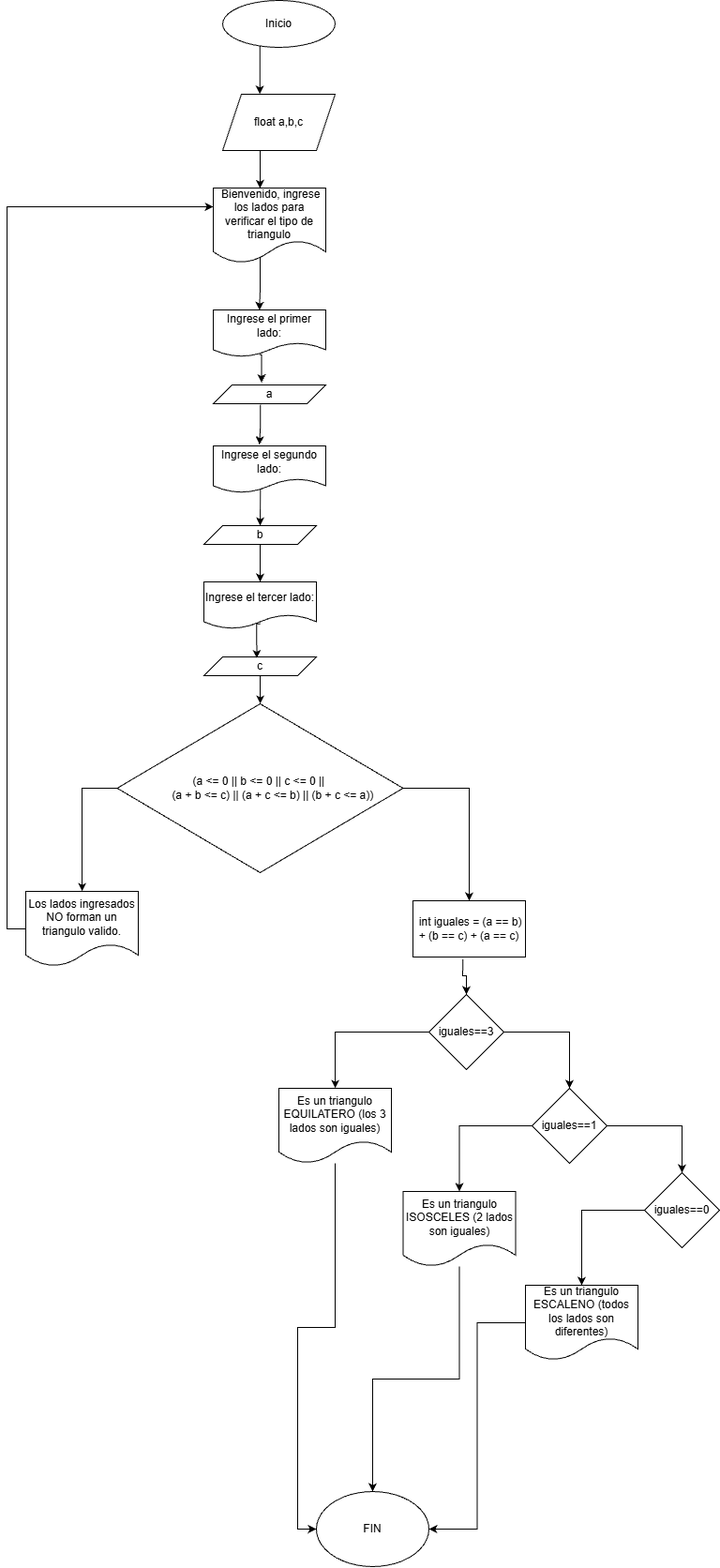
Before: Ejercicios switch/Flujograma Ejercicio8.drawio.png, a diagram exported from draw.io (juanjo-guerra/FDP_Tarea). Source tidied: cells renumbered, new cells last; positions are measured from the earlier drawing's top-left corner, leaving out a move shared by most shapes. The source it was exported from:
```xml
<mxGraphModel>
  <root>
    <mxCell id="0" />
    <mxCell id="1" parent="0" />
    <mxCell id="2" value="Inicio" style="ellipse;whiteSpace=wrap;html=1;" parent="1" vertex="1">
      <mxGeometry x="230" width="120" height="50" as="geometry" />
    </mxCell>
    <mxCell id="3" style="edgeStyle=orthogonalEdgeStyle;rounded=0;jettySize=auto;html=1;entryX=0.415;entryY=0.004;entryDx=0;entryDy=0;entryPerimeter=0;" parent="1" edge="1" source="4" target="6">
      <mxGeometry relative="1" as="geometry">
        <Array as="points">
          <mxPoint x="270" y="170" />
          <mxPoint x="270" y="170" />
        </Array>
      </mxGeometry>
    </mxCell>
    <mxCell id="4" value="float a,b,c" style="shape=parallelogram;perimeter=parallelogramPerimeter;whiteSpace=wrap;html=1;fixedSize=1;" parent="1" vertex="1">
      <mxGeometry x="230" y="100" width="120" height="60" as="geometry" />
    </mxCell>
    <mxCell id="5" style="edgeStyle=orthogonalEdgeStyle;rounded=0;jettySize=auto;html=1;entryX=0.41;entryY=0.007;entryDx=0;entryDy=0;exitX=0.494;exitY=0.838;exitDx=0;exitDy=0;exitPerimeter=0;entryPerimeter=0;" parent="1" edge="1" source="6" target="7">
      <mxGeometry relative="1" as="geometry">
        <Array as="points">
          <mxPoint x="270" y="267" />
          <mxPoint x="270" y="305" />
          <mxPoint x="269" y="305" />
        </Array>
      </mxGeometry>
    </mxCell>
    <mxCell id="6" value="&amp;nbsp;Bienvenido, ingrese los lados para verificar el tipo de triangulo" style="shape=document;whiteSpace=wrap;html=1;boundedLbl=1;" parent="1" vertex="1">
      <mxGeometry x="220" y="200" width="120" height="80" as="geometry" />
    </mxCell>
    <mxCell id="7" value="Ingrese el primer lado:" style="shape=document;whiteSpace=wrap;html=1;boundedLbl=1;" parent="1" vertex="1">
      <mxGeometry x="220" y="330" width="120" height="50" as="geometry" />
    </mxCell>
    <mxCell id="8" style="edgeStyle=orthogonalEdgeStyle;rounded=0;jettySize=auto;html=1;entryX=0.41;entryY=-0.027;entryDx=0;entryDy=0;entryPerimeter=0;exitX=0.419;exitY=1.044;exitDx=0;exitDy=0;exitPerimeter=0;" parent="1" edge="1" source="9" target="10">
      <mxGeometry relative="1" as="geometry" />
    </mxCell>
    <mxCell id="9" value="a" style="shape=parallelogram;perimeter=parallelogramPerimeter;whiteSpace=wrap;html=1;fixedSize=1;" parent="1" vertex="1">
      <mxGeometry x="220" y="410" width="120" height="20" as="geometry" />
    </mxCell>
    <mxCell id="10" value="Ingrese el segundo lado:" style="shape=document;whiteSpace=wrap;html=1;boundedLbl=1;" parent="1" vertex="1">
      <mxGeometry x="220" y="475" width="120" height="50" as="geometry" />
    </mxCell>
    <mxCell id="11" style="edgeStyle=orthogonalEdgeStyle;rounded=0;jettySize=auto;html=1;entryX=0.5;entryY=0;entryDx=0;entryDy=0;" parent="1" edge="1" source="12" target="13">
      <mxGeometry relative="1" as="geometry" />
    </mxCell>
    <mxCell id="12" value="b" style="shape=parallelogram;perimeter=parallelogramPerimeter;whiteSpace=wrap;html=1;fixedSize=1;" parent="1" vertex="1">
      <mxGeometry x="210" y="560" width="120" height="20" as="geometry" />
    </mxCell>
    <mxCell id="13" value="Ingrese el tercer lado:" style="shape=document;whiteSpace=wrap;html=1;boundedLbl=1;" parent="1" vertex="1">
      <mxGeometry x="210" y="620" width="120" height="50" as="geometry" />
    </mxCell>
    <mxCell id="14" style="edgeStyle=orthogonalEdgeStyle;rounded=0;jettySize=auto;html=1;" parent="1" edge="1" source="15" target="18">
      <mxGeometry relative="1" as="geometry" />
    </mxCell>
    <mxCell id="15" value="c" style="shape=parallelogram;perimeter=parallelogramPerimeter;whiteSpace=wrap;html=1;fixedSize=1;" parent="1" vertex="1">
      <mxGeometry x="210" y="700" width="120" height="20" as="geometry" />
    </mxCell>
    <mxCell id="16" style="edgeStyle=orthogonalEdgeStyle;rounded=0;jettySize=auto;html=1;exitX=0;exitY=0.5;exitDx=0;exitDy=0;" parent="1" edge="1" source="18" target="20">
      <mxGeometry relative="1" as="geometry" />
    </mxCell>
    <mxCell id="17" style="edgeStyle=orthogonalEdgeStyle;rounded=0;jettySize=auto;html=1;" parent="1" edge="1" source="18" target="22">
      <mxGeometry relative="1" as="geometry" />
    </mxCell>
    <mxCell id="18" value="&lt;div&gt;(a &amp;lt;= 0 || b &amp;lt;= 0 || c &amp;lt;= 0 ||&amp;nbsp;&lt;/div&gt;&lt;div&gt;&amp;nbsp; &amp;nbsp; &amp;nbsp; &amp;nbsp; (a + b &amp;lt;= c) || (a + c &amp;lt;= b) || (b + c &amp;lt;= a))&lt;/div&gt;" style="rhombus;whiteSpace=wrap;html=1;" parent="1" vertex="1">
      <mxGeometry x="117.5" y="750" width="305" height="180" as="geometry" />
    </mxCell>
    <mxCell id="19" style="edgeStyle=orthogonalEdgeStyle;rounded=0;jettySize=auto;html=1;entryX=0;entryY=0.25;entryDx=0;entryDy=0;" parent="1" edge="1" source="20" target="6">
      <mxGeometry relative="1" as="geometry">
        <Array as="points">
          <mxPoint y="990" />
          <mxPoint y="220" />
        </Array>
      </mxGeometry>
    </mxCell>
    <mxCell id="20" value="Los lados ingresados NO forman un triangulo valido." style="shape=document;whiteSpace=wrap;html=1;boundedLbl=1;" parent="1" vertex="1">
      <mxGeometry x="20" y="950" width="120" height="80" as="geometry" />
    </mxCell>
    <mxCell id="21" style="edgeStyle=orthogonalEdgeStyle;rounded=0;jettySize=auto;html=1;exitX=0.443;exitY=1.041;exitDx=0;exitDy=0;exitPerimeter=0;" parent="1" edge="1" source="22" target="25">
      <mxGeometry relative="1" as="geometry" />
    </mxCell>
    <mxCell id="22" value="&amp;nbsp;int iguales = (a == b) + (b == c) + (a == c)" style="rounded=0;whiteSpace=wrap;html=1;" parent="1" vertex="1">
      <mxGeometry x="433" y="960" width="120" height="60" as="geometry" />
    </mxCell>
    <mxCell id="23" style="edgeStyle=orthogonalEdgeStyle;rounded=0;jettySize=auto;html=1;" parent="1" edge="1" source="25" target="27">
      <mxGeometry relative="1" as="geometry" />
    </mxCell>
    <mxCell id="24" style="edgeStyle=orthogonalEdgeStyle;rounded=0;jettySize=auto;html=1;entryX=0.5;entryY=0;entryDx=0;entryDy=0;" parent="1" edge="1" source="25" target="30">
      <mxGeometry relative="1" as="geometry" />
    </mxCell>
    <mxCell id="25" value="iguales==3" style="rhombus;whiteSpace=wrap;html=1;" parent="1" vertex="1">
      <mxGeometry x="450" y="1060" width="80" height="80" as="geometry" />
    </mxCell>
    <mxCell id="26" style="edgeStyle=orthogonalEdgeStyle;rounded=0;jettySize=auto;html=1;entryX=0;entryY=0.5;entryDx=0;entryDy=0;" parent="1" edge="1" source="27" target="37">
      <mxGeometry relative="1" as="geometry" />
    </mxCell>
    <mxCell id="27" value="Es un triangulo EQUILATERO (los 3 lados son iguales)" style="shape=document;whiteSpace=wrap;html=1;boundedLbl=1;" parent="1" vertex="1">
      <mxGeometry x="290" y="1160" width="120" height="80" as="geometry" />
    </mxCell>
    <mxCell id="28" style="edgeStyle=orthogonalEdgeStyle;rounded=0;jettySize=auto;html=1;" parent="1" edge="1" source="30" target="32">
      <mxGeometry relative="1" as="geometry" />
    </mxCell>
    <mxCell id="29" style="edgeStyle=orthogonalEdgeStyle;rounded=0;jettySize=auto;html=1;entryX=0.5;entryY=0;entryDx=0;entryDy=0;" parent="1" edge="1" source="30" target="34">
      <mxGeometry relative="1" as="geometry" />
    </mxCell>
    <mxCell id="30" value="iguales==1" style="rhombus;whiteSpace=wrap;html=1;" parent="1" vertex="1">
      <mxGeometry x="560" y="1160" width="80" height="80" as="geometry" />
    </mxCell>
    <mxCell id="31" style="edgeStyle=orthogonalEdgeStyle;rounded=0;jettySize=auto;html=1;" parent="1" edge="1" source="32" target="37">
      <mxGeometry relative="1" as="geometry" />
    </mxCell>
    <mxCell id="32" value="Es un triangulo ISOSCELES (2 lados son iguales)" style="shape=document;whiteSpace=wrap;html=1;boundedLbl=1;" parent="1" vertex="1">
      <mxGeometry x="422.5" y="1270" width="120" height="80" as="geometry" />
    </mxCell>
    <mxCell id="33" style="edgeStyle=orthogonalEdgeStyle;rounded=0;jettySize=auto;html=1;" parent="1" edge="1" source="34" target="36">
      <mxGeometry relative="1" as="geometry" />
    </mxCell>
    <mxCell id="34" value="iguales==0" style="rhombus;whiteSpace=wrap;html=1;" parent="1" vertex="1">
      <mxGeometry x="680" y="1250" width="80" height="80" as="geometry" />
    </mxCell>
    <mxCell id="35" style="edgeStyle=orthogonalEdgeStyle;rounded=0;jettySize=auto;html=1;entryX=1;entryY=0.5;entryDx=0;entryDy=0;" parent="1" edge="1" source="36" target="37">
      <mxGeometry relative="1" as="geometry" />
    </mxCell>
    <mxCell id="36" value="Es un triangulo ESCALENO (todos los lados son diferentes)" style="shape=document;whiteSpace=wrap;html=1;boundedLbl=1;" parent="1" vertex="1">
      <mxGeometry x="553" y="1370" width="120" height="80" as="geometry" />
    </mxCell>
    <mxCell id="37" value="FIN" style="ellipse;whiteSpace=wrap;html=1;" parent="1" vertex="1">
      <mxGeometry x="330" y="1590" width="120" height="80" as="geometry" />
    </mxCell>
    <mxCell id="38" style="edgeStyle=orthogonalEdgeStyle;rounded=0;jettySize=auto;html=1;entryX=0.331;entryY=-0.004;entryDx=0;entryDy=0;entryPerimeter=0;" parent="1" edge="1" source="2" target="4">
      <mxGeometry relative="1" as="geometry">
        <Array as="points">
          <mxPoint x="270" y="75" />
        </Array>
      </mxGeometry>
    </mxCell>
    <mxCell id="39" style="edgeStyle=orthogonalEdgeStyle;rounded=0;jettySize=auto;html=1;entryX=0.5;entryY=0;entryDx=0;entryDy=0;exitX=0.419;exitY=0.918;exitDx=0;exitDy=0;exitPerimeter=0;" parent="1" edge="1" source="10" target="12">
      <mxGeometry relative="1" as="geometry" />
    </mxCell>
    <mxCell id="40" style="edgeStyle=orthogonalEdgeStyle;rounded=0;jettySize=auto;html=1;entryX=0.429;entryY=-0.122;entryDx=0;entryDy=0;entryPerimeter=0;exitX=0.41;exitY=0.951;exitDx=0;exitDy=0;exitPerimeter=0;" parent="1" edge="1" source="7" target="9">
      <mxGeometry relative="1" as="geometry" />
    </mxCell>
    <mxCell id="41" style="edgeStyle=orthogonalEdgeStyle;rounded=0;jettySize=auto;html=1;entryX=0.47;entryY=0.072;entryDx=0;entryDy=0;entryPerimeter=0;exitX=0.503;exitY=0.896;exitDx=0;exitDy=0;exitPerimeter=0;" parent="1" edge="1" source="13" target="15">
      <mxGeometry relative="1" as="geometry" />
    </mxCell>
  </root>
</mxGraphModel>
```
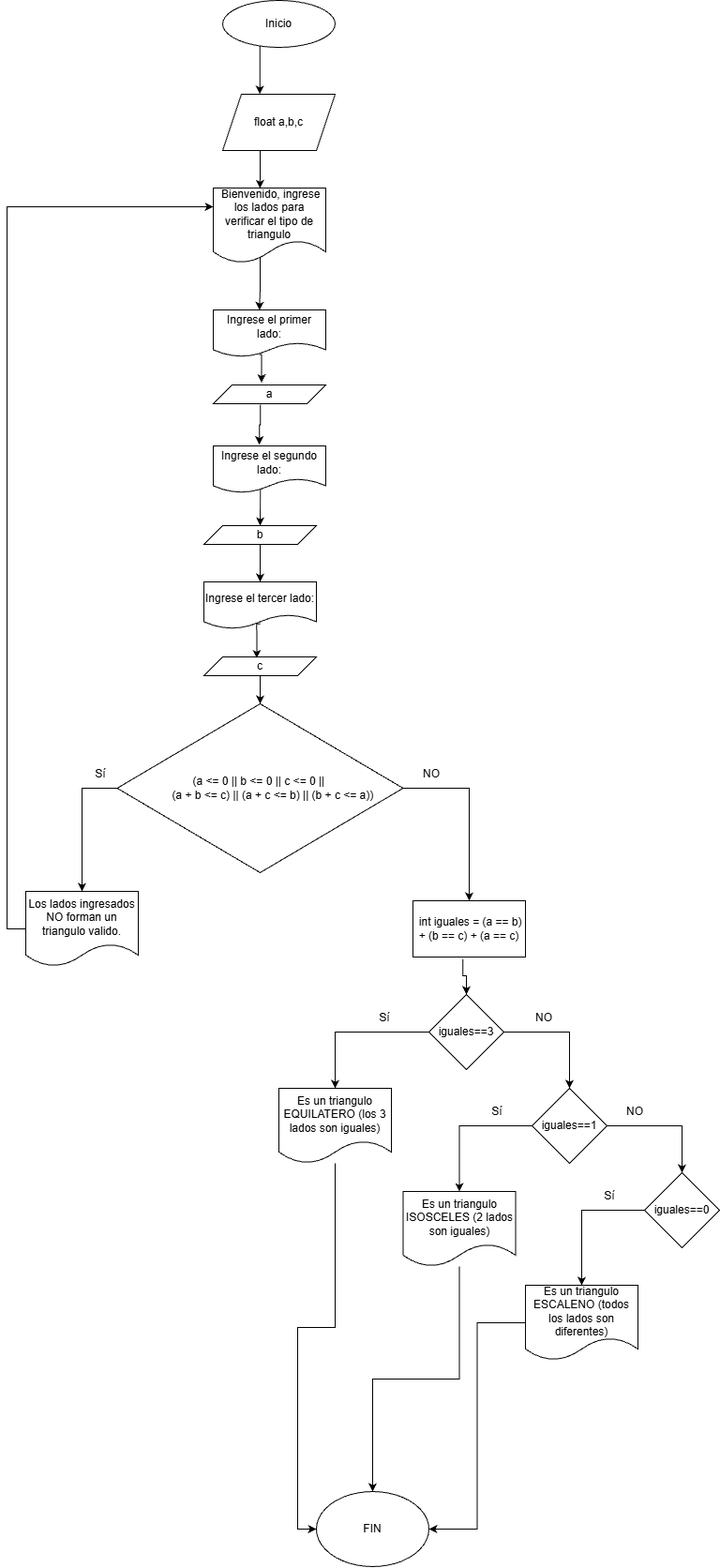
After the change.

Change to the diagram source:
```diff
@@ -142,5 +142,26 @@
     <mxCell id="41" style="edgeStyle=orthogonalEdgeStyle;rounded=0;jettySize=auto;html=1;entryX=0.47;entryY=0.072;entryDx=0;entryDy=0;entryPerimeter=0;exitX=0.503;exitY=0.896;exitDx=0;exitDy=0;exitPerimeter=0;" parent="1" edge="1" source="13" target="15">
       <mxGeometry relative="1" as="geometry" />
     </mxCell>
+    <mxCell id="42" value="Sí" style="text;html=1;whiteSpace=wrap;strokeColor=none;fillColor=none;align=center;verticalAlign=middle;rounded=0;" parent="1" vertex="1">
+      <mxGeometry x="70" y="810" width="60" height="30" as="geometry" />
+    </mxCell>
+    <mxCell id="43" value="NO" style="text;html=1;whiteSpace=wrap;strokeColor=none;fillColor=none;align=center;verticalAlign=middle;rounded=0;" parent="1" vertex="1">
+      <mxGeometry x="422.5" y="810" width="60" height="30" as="geometry" />
+    </mxCell>
+    <mxCell id="44" value="Sí" style="text;html=1;whiteSpace=wrap;strokeColor=none;fillColor=none;align=center;verticalAlign=middle;rounded=0;" parent="1" vertex="1">
+      <mxGeometry x="373" y="1070" width="60" height="30" as="geometry" />
+    </mxCell>
+    <mxCell id="45" value="NO" style="text;html=1;whiteSpace=wrap;strokeColor=none;fillColor=none;align=center;verticalAlign=middle;rounded=0;" parent="1" vertex="1">
+      <mxGeometry x="542.5" y="1070" width="60" height="30" as="geometry" />
+    </mxCell>
+    <mxCell id="46" value="Sí" style="text;html=1;whiteSpace=wrap;strokeColor=none;fillColor=none;align=center;verticalAlign=middle;rounded=0;" parent="1" vertex="1">
+      <mxGeometry x="493" y="1170" width="60" height="30" as="geometry" />
+    </mxCell>
+    <mxCell id="47" value="NO" style="text;html=1;whiteSpace=wrap;strokeColor=none;fillColor=none;align=center;verticalAlign=middle;rounded=0;" parent="1" vertex="1">
+      <mxGeometry x="640" y="1170" width="60" height="30" as="geometry" />
+    </mxCell>
+    <mxCell id="48" value="Sí" style="text;html=1;whiteSpace=wrap;strokeColor=none;fillColor=none;align=center;verticalAlign=middle;rounded=0;" parent="1" vertex="1">
+      <mxGeometry x="613" y="1260" width="60" height="30" as="geometry" />
+    </mxCell>
   </root>
 </mxGraphModel>
```
